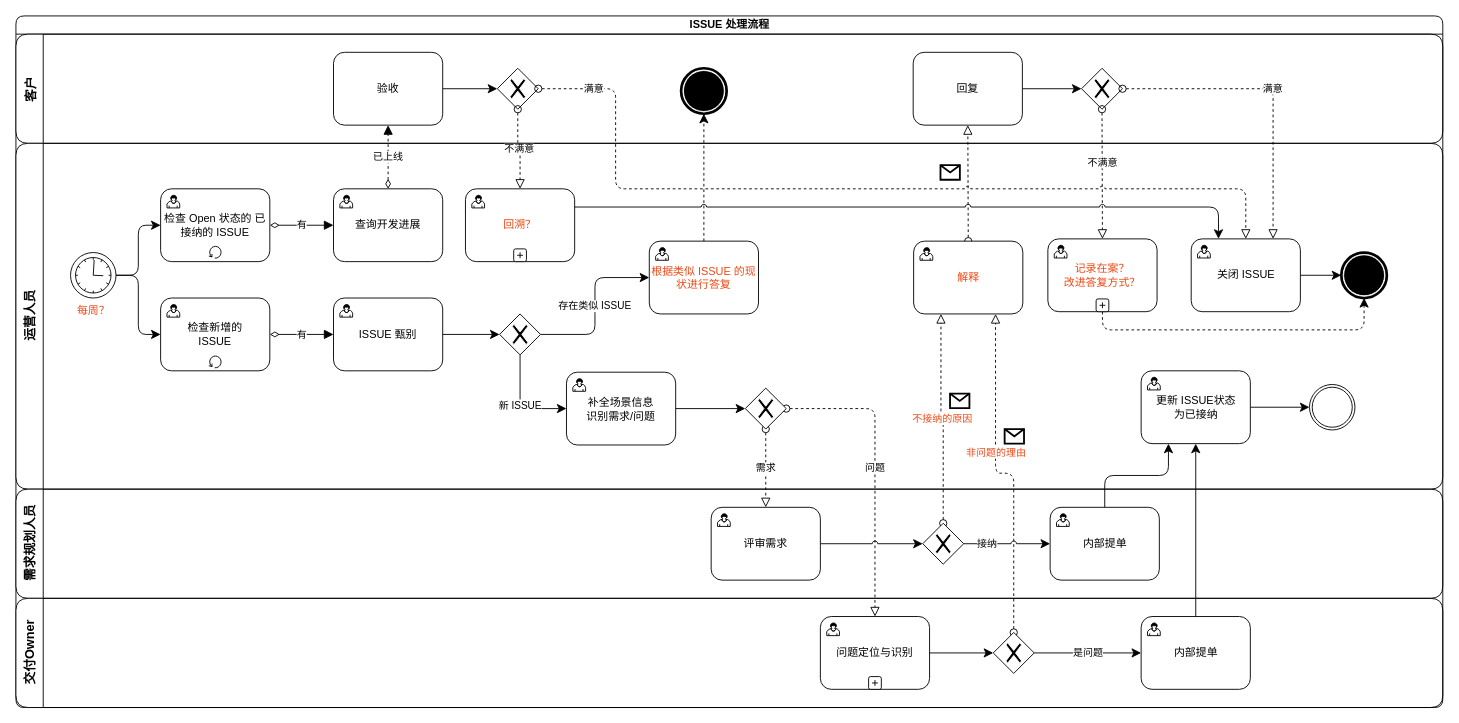
onlyzlc/docs keeps this draw.io diagram as page "ISSUE 处理流程" (1 of 2) of 运营作业流.drawio. Above is the earlier version. Source tidied: cells renumbered, new cells numbered last; positions are measured from the earlier drawing's top-left corner, leaving out a move shared by most shapes. Both pictures are drawn from the tidied source at 91%, with x=0, y=0 at pixel (15, 15).
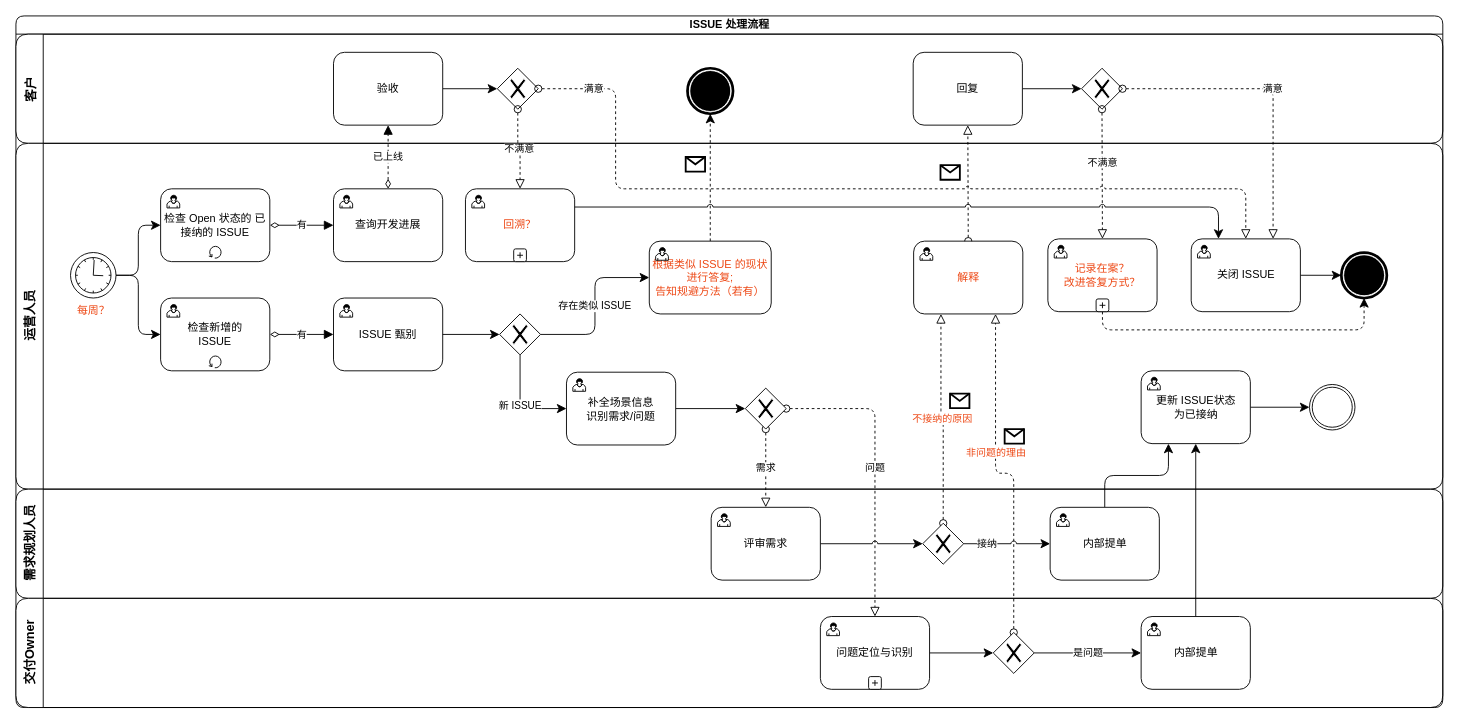
The same page after the edit.

Commit message (it also covers changes not shown here):
更新运营作业流.drawio

Unchanged cells that the change refers to:
```xml
<mxCell id="3" value="客户" style="swimlane;startSize=30;horizontal=0;fontSize=14;fontStyle=1;rounded=1;" parent="2" vertex="1">
  <mxGeometry y="20" width="1568" height="120" as="geometry" />
</mxCell>
<mxCell id="24" value="运营人员" style="swimlane;html=1;startSize=30;horizontal=0;swimlaneFillColor=none;fontSize=14;fontStyle=1;rounded=1;" parent="2" vertex="1">
  <mxGeometry y="140" width="1568" height="380" as="geometry" />
</mxCell>
```

Change to the diagram source:
```diff
@@
     <mxCell id="10" style="shape=mxgraph.bpmn.shape;html=1;verticalLabelPosition=bottom;verticalAlign=top;align=center;perimeter=ellipsePerimeter;outlineConnect=0;outline=end;symbol=terminate;rounded=1;" parent="3" vertex="1">
-      <mxGeometry x="731" y="37.5" width="50" height="50" as="geometry" />
+      <mxGeometry x="738" y="37.5" width="50" height="50" as="geometry" />
     </mxCell>
@@
-    <mxCell id="65" value="&lt;div&gt;根据类似 ISSUE 的现状进行答复&lt;/div&gt;" style="html=1;whiteSpace=wrap;rounded=1;fontColor=#ED4815;" parent="24" vertex="1">
-      <mxGeometry x="696" y="107.5" width="120" height="80" as="geometry" />
+    <mxCell id="65" value="&lt;div&gt;根据类似 ISSUE 的现状进行答复;&lt;/div&gt;&lt;div&gt;告知规避方法（若有）&lt;br&gt;&lt;/div&gt;" style="html=1;whiteSpace=wrap;rounded=1;fontColor=#ED4815;" parent="24" vertex="1">
+      <mxGeometry x="696" y="107.5" width="134" height="80" as="geometry" />
     </mxCell>
@@
+    <mxCell id="88" style="shape=message;whiteSpace=wrap;html=1;strokeWidth=2;rounded=1;" parent="24" vertex="1">
+      <mxGeometry x="736" y="15" width="21.3" height="16" as="geometry" />
+    </mxCell>
```
